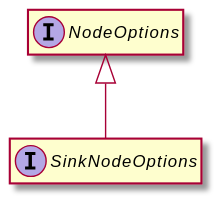
Before: assets/SinkNodeOptions-umlClassDiagram-10354.svg, a diagram exported from PlantUML (OpenHPS/openhps-core).
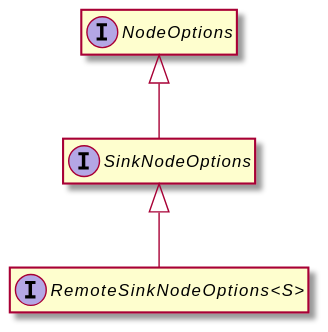
The same file after the commit.

The edit, as a diff of the source:
```diff
@@ -7,4 +7,7 @@
 interface "NodeOptions" {
 }
 "NodeOptions" <|-- "SinkNodeOptions"
+interface "RemoteSinkNodeOptions<S>" {
+}
+"SinkNodeOptions" <|-- "RemoteSinkNodeOptions<S>"
 @enduml
```
